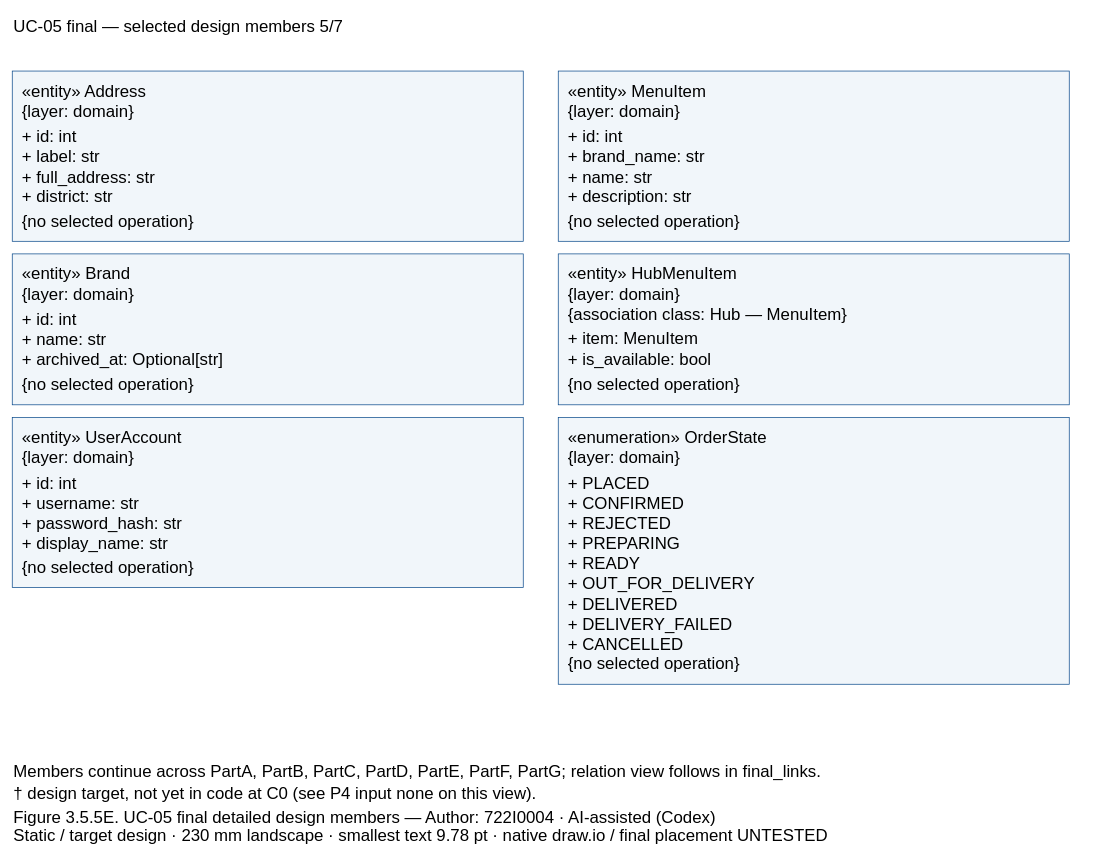
Dat071104/SaigonBite keeps this draw.io diagram as models/UC-05/dcd_uc05_final_PartE.drawio. Above is the earlier version. Source tidied: cells renumbered, new cells numbered last; positions are measured from the earlier drawing's top-left corner, leaving out a move shared by most shapes. Both pictures are drawn from the tidied source at 70%, with x=0, y=0 at pixel (12, 12).
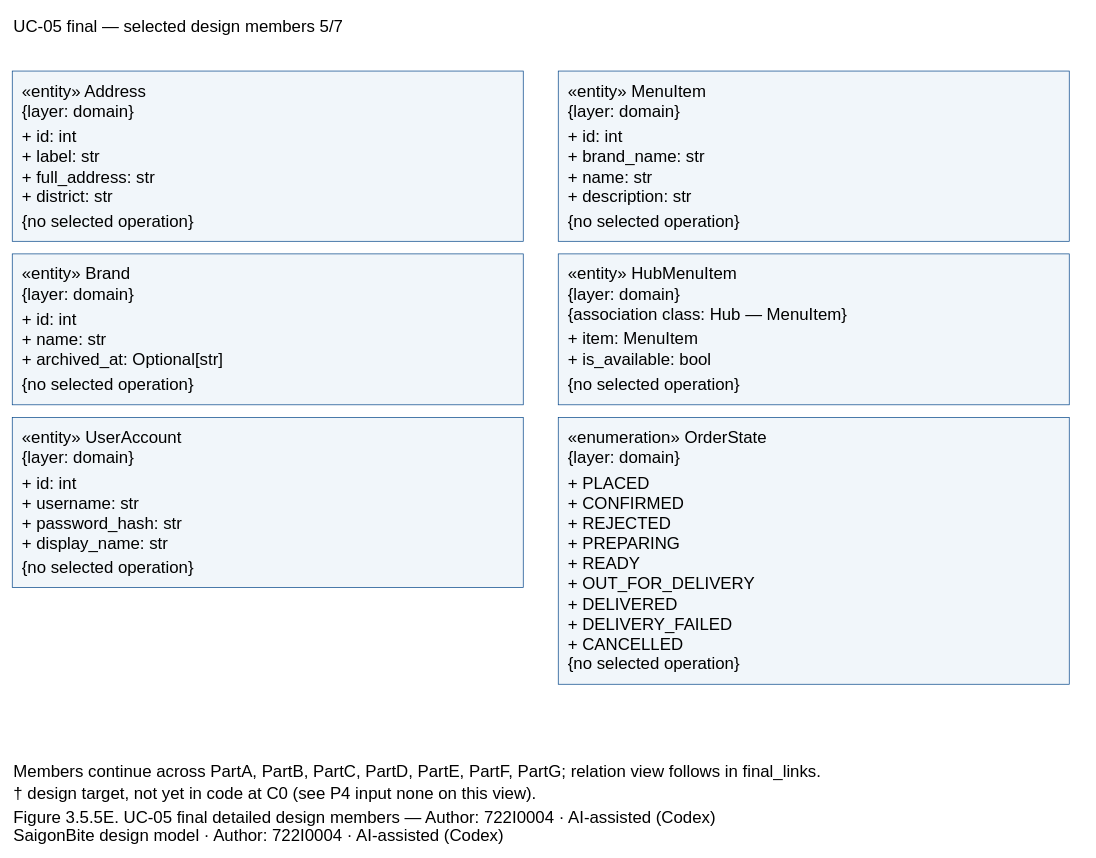
After the change.

Change to the diagram source:
```diff
@@
-    <mxCell id="30" value="Static / target design · 230 mm landscape · smallest text 9.78 pt · native draw.io / final placement UNTESTED" style="text;align=left;verticalAlign=top;strokeColor=none;fillColor=none;fontFamily=Arial;fontSize=24;whiteSpace=wrap;html=0;" parent="1" vertex="1">
+    <mxCell id="30" value="SaigonBite design model · Author: 722I0004 · AI-assisted (Codex)" style="text;align=left;verticalAlign=top;strokeColor=none;fillColor=none;fontFamily=Arial;fontSize=24;whiteSpace=wrap;html=0;" parent="1" vertex="1">
       <mxGeometry y="1155" width="1530" height="27.6" as="geometry" />
     </mxCell>
```
